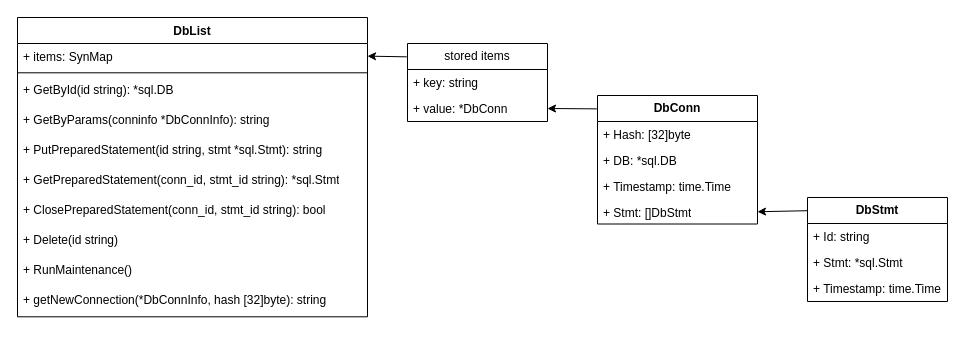
The draw.io diagram src/docs/dblist.drawio in alm494/sql_proxy, before the edit. Source tidied: cells renumbered, new cells numbered last; positions are measured from the earlier drawing's top-left corner, leaving out a move shared by most shapes. Both pictures are drawn from the tidied source at 100%, with x=0, y=0 at pixel (17, 17).
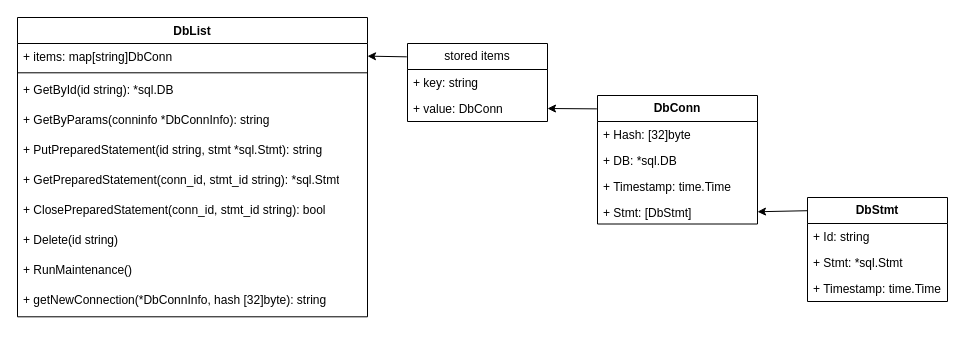
After the change.

Unchanged cells that the change refers to:
```xml
<mxCell id="2" value="DbList" style="swimlane;fontStyle=1;align=center;verticalAlign=top;horizontal=1;startSize=26;whiteSpace=wrap;html=1;" parent="1" vertex="1">
  <mxGeometry width="350" height="299.3" as="geometry" />
</mxCell>
<mxCell id="13" value="&lt;b&gt;DbConn&lt;/b&gt;" style="swimlane;fontStyle=0;horizontal=1;startSize=26;fillColor=none;whiteSpace=wrap;html=1;" parent="1" vertex="1">
  <mxGeometry x="580" y="78" width="160" height="128.5" as="geometry" />
</mxCell>
<mxCell id="24" value="stored items" style="swimlane;fontStyle=0;horizontal=1;startSize=26;fillColor=none;whiteSpace=wrap;html=1;" parent="1" vertex="1">
  <mxGeometry x="390" y="26" width="140" height="78" as="geometry" />
</mxCell>
```

Diff of the diagram source:
```diff
@@
-    <mxCell id="3" value="+ items: SynMap" style="text;strokeColor=none;fillColor=none;align=left;verticalAlign=top;spacingLeft=4;spacingRight=4;overflow=hidden;points=[[0,0.5],[1,0.5]];portConstraint=eastwest;whiteSpace=wrap;html=1;" parent="2" vertex="1">
+    <mxCell id="3" value="+ items: map[string]DbConn" style="text;strokeColor=none;fillColor=none;align=left;verticalAlign=top;spacingLeft=4;spacingRight=4;overflow=hidden;points=[[0,0.5],[1,0.5]];portConstraint=eastwest;whiteSpace=wrap;html=1;" parent="2" vertex="1">
       <mxGeometry y="26" width="350" height="25.3" as="geometry" />
     </mxCell>
@@
-    <mxCell id="17" value="+ Stmt: []DbStmt" style="text;strokeColor=none;fillColor=none;align=left;verticalAlign=top;spacingLeft=4;spacingRight=4;overflow=hidden;points=[[0,0.5],[1,0.5]];portConstraint=eastwest;whiteSpace=wrap;html=1;" parent="13" vertex="1">
+    <mxCell id="17" value="+ Stmt: [DbStmt]" style="text;strokeColor=none;fillColor=none;align=left;verticalAlign=top;spacingLeft=4;spacingRight=4;overflow=hidden;points=[[0,0.5],[1,0.5]];portConstraint=eastwest;whiteSpace=wrap;html=1;" parent="13" vertex="1">
       <mxGeometry y="104" width="160" height="24.5" as="geometry" />
     </mxCell>
@@
-    <mxCell id="26" value="+ value: *DbConn" style="text;strokeColor=none;fillColor=none;align=left;verticalAlign=top;spacingLeft=4;spacingRight=4;overflow=hidden;points=[[0,0.5],[1,0.5]];portConstraint=eastwest;whiteSpace=wrap;html=1;" parent="24" vertex="1">
+    <mxCell id="26" value="+ value: DbConn" style="text;strokeColor=none;fillColor=none;align=left;verticalAlign=top;spacingLeft=4;spacingRight=4;overflow=hidden;points=[[0,0.5],[1,0.5]];portConstraint=eastwest;whiteSpace=wrap;html=1;" parent="24" vertex="1">
       <mxGeometry y="52" width="140" height="26" as="geometry" />
     </mxCell>
```
